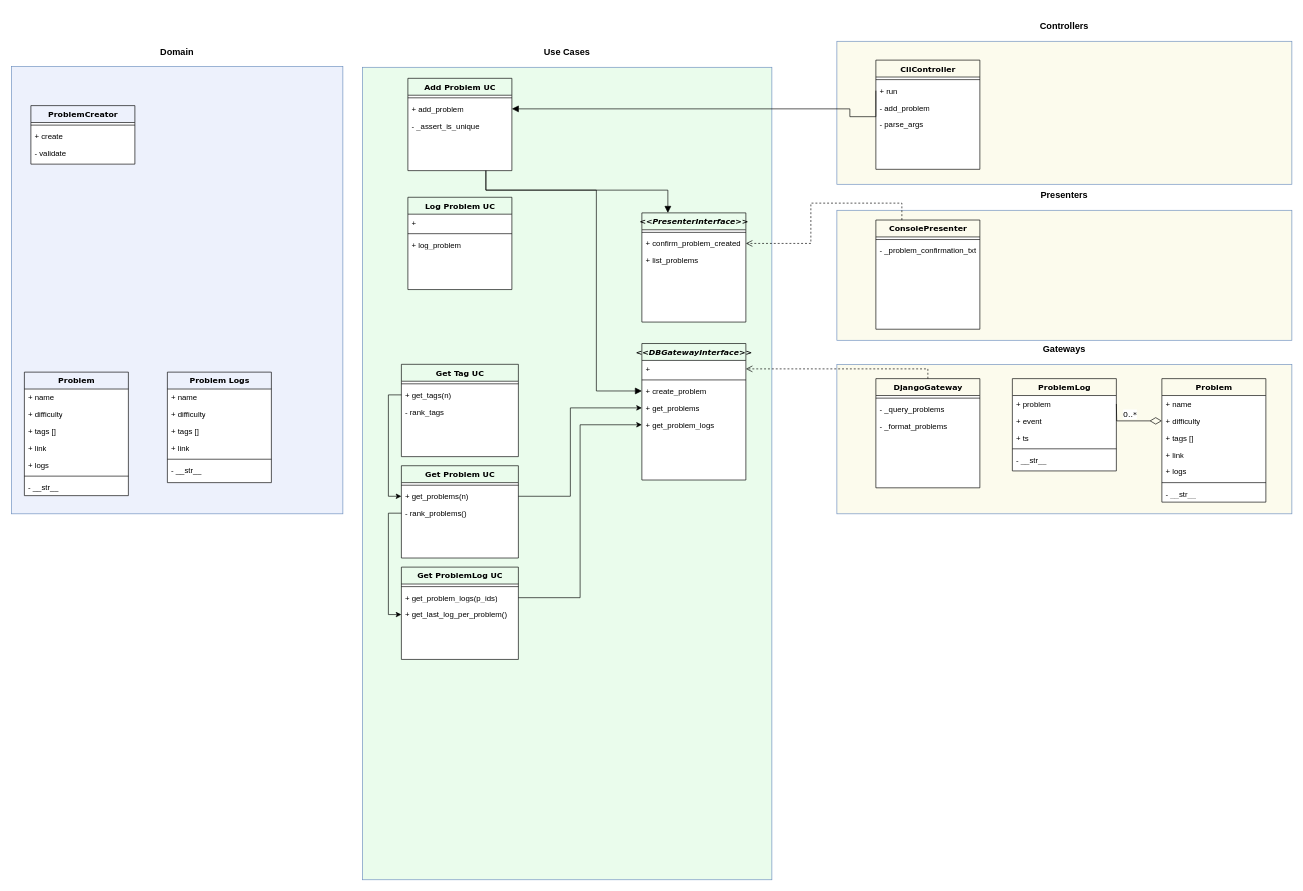
Before: docs/class_diagram.drawio in MBlistein/spaced-repetition, a draw.io diagram. Source tidied: cells renumbered, new cells numbered last; positions are measured from the earlier drawing's top-left corner, leaving out a move shared by most shapes. Both pictures are drawn from the tidied source at 65%, with x=0, y=0 at pixel (11, 41).
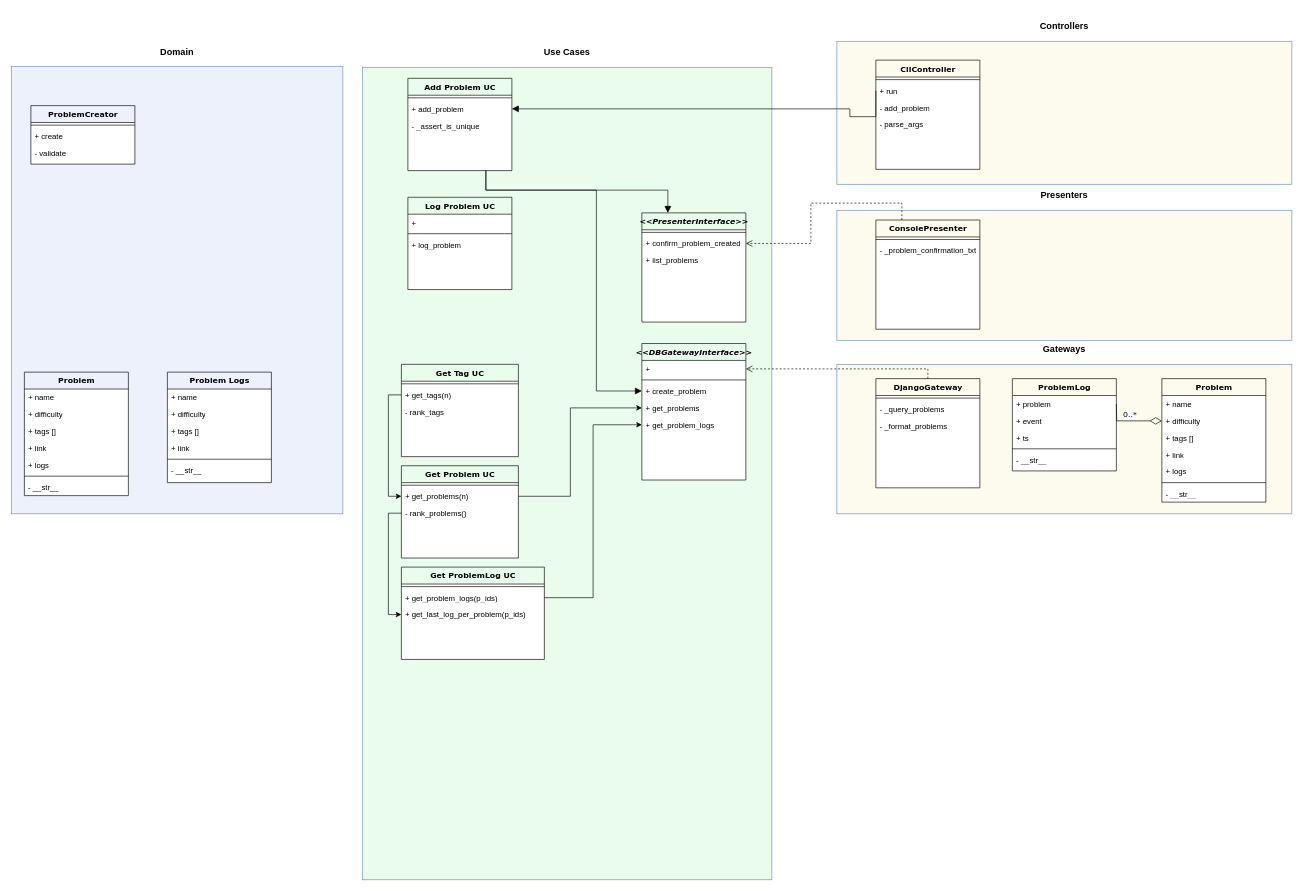
After the change.

Change to the diagram source:
```diff
@@
     <mxCell id="81" value="Get ProblemLog UC" style="swimlane;html=1;fontStyle=1;align=center;verticalAlign=top;horizontal=1;startSize=26;swimlaneFillColor=#ffffff;rounded=0;shadow=0;comic=0;labelBackgroundColor=none;strokeWidth=1;fillColor=none;fontFamily=Verdana;fontSize=12;" parent="1" vertex="1">
-      <mxGeometry x="600" y="809" width="180" height="142" as="geometry" />
+      <mxGeometry x="600" y="809" width="220" height="142" as="geometry" />
     </mxCell>
     <mxCell id="82" style="line;html=1;strokeWidth=1;fillColor=none;align=left;verticalAlign=middle;spacingTop=-1;spacingLeft=3;spacingRight=3;labelPosition=right;" parent="81" vertex="1">
-      <mxGeometry y="26" width="180" height="8" as="geometry" />
+      <mxGeometry y="26" width="220" height="8" as="geometry" />
     </mxCell>
     <mxCell id="83" value="+ get_problem_logs(p_ids)" style="text;html=1;strokeColor=none;fillColor=none;align=left;verticalAlign=top;spacingLeft=4;spacingRight=4;whiteSpace=wrap;overflow=hidden;points=[[0,0.5],[1,0.5]];portConstraint=eastwest;" parent="81" vertex="1">
-      <mxGeometry y="34" width="180" height="26" as="geometry" />
+      <mxGeometry y="34" width="220" height="26" as="geometry" />
     </mxCell>
-    <mxCell id="84" value="+ get_last_log_per_problem()" style="text;html=1;strokeColor=none;fillColor=none;align=left;verticalAlign=top;spacingLeft=4;spacingRight=4;whiteSpace=wrap;overflow=hidden;points=[[0,0.5],[1,0.5]];portConstraint=eastwest;" parent="81" vertex="1">
-      <mxGeometry y="60" width="180" height="26" as="geometry" />
+    <mxCell id="84" value="+ get_last_log_per_problem(p_ids)" style="text;html=1;strokeColor=none;fillColor=none;align=left;verticalAlign=top;spacingLeft=4;spacingRight=4;whiteSpace=wrap;overflow=hidden;points=[[0,0.5],[1,0.5]];portConstraint=eastwest;" parent="81" vertex="1">
+      <mxGeometry y="60" width="220" height="26" as="geometry" />
     </mxCell>
```
